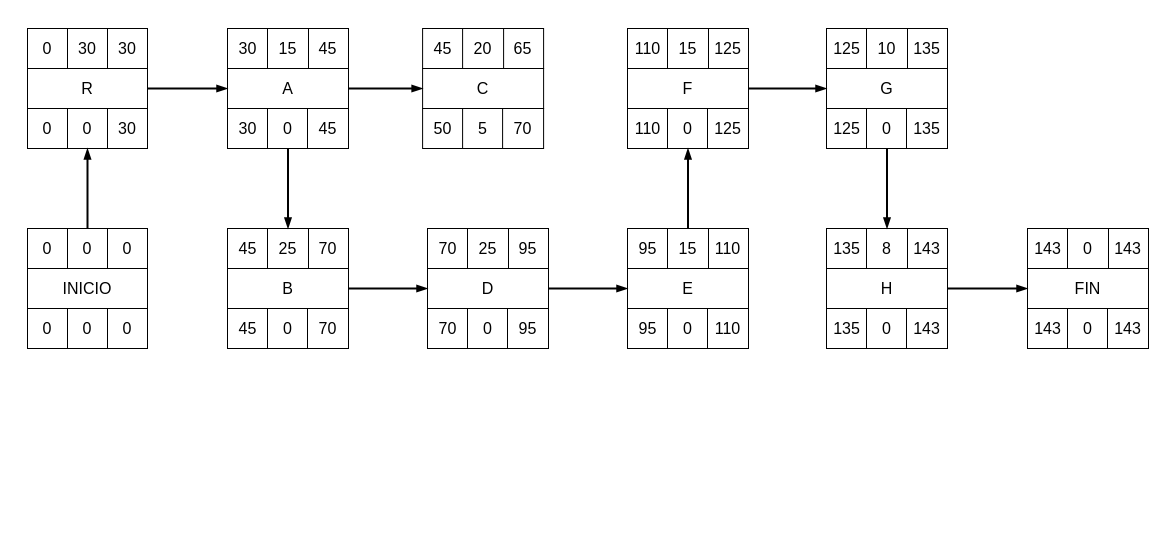
Before: diagramas/CMP/CMP.drawio in POLA-LCS/juego-consciente, a draw.io diagram. Source tidied: cells renumbered, new cells numbered last; positions are measured from the earlier drawing's top-left corner, leaving out a move shared by most shapes. Both pictures are drawn from the tidied source at 100%, with x=0, y=0 at pixel (27, 28).
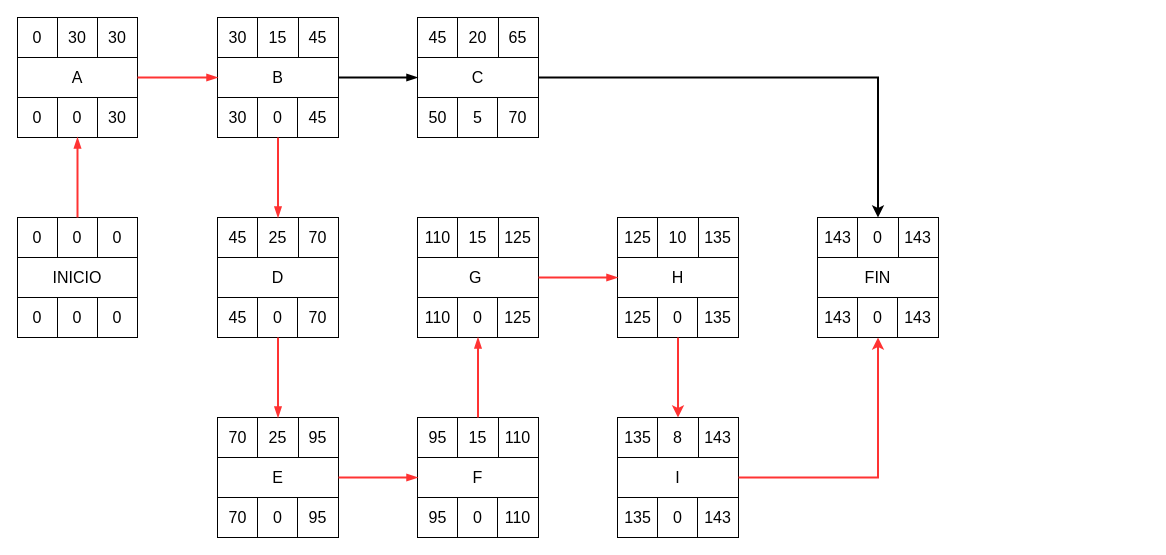
The same page after the edit.

Unchanged cells that the change refers to:
```xml
<mxCell id="7" value="0" style="whiteSpace=wrap;html=1;fontSize=16;rounded=0;" parent="2" vertex="1">
  <mxGeometry x="40" y="80" width="41" height="40" as="geometry" />
</mxCell>
<mxCell id="13" value="0" style="whiteSpace=wrap;html=1;fontSize=16;rounded=0;" parent="10" vertex="1">
  <mxGeometry x="40" width="40" height="40" as="geometry" />
</mxCell>
<mxCell id="22" value="25" style="whiteSpace=wrap;html=1;fontSize=16;rounded=0;" parent="18" vertex="1">
  <mxGeometry x="40" width="41" height="40" as="geometry" />
</mxCell>
<mxCell id="24" value="0" style="whiteSpace=wrap;html=1;fontSize=16;rounded=0;" parent="18" vertex="1">
  <mxGeometry x="40" y="80" width="41" height="40" as="geometry" />
</mxCell>
<mxCell id="34" value="C" style="rounded=0;whiteSpace=wrap;html=1;fontSize=16;" parent="27" vertex="1">
  <mxGeometry y="40" width="121" height="40" as="geometry" />
</mxCell>
<mxCell id="41" value="0" style="whiteSpace=wrap;html=1;fontSize=16;rounded=0;" parent="35" vertex="1">
  <mxGeometry x="40" y="80" width="41" height="40" as="geometry" />
</mxCell>
<mxCell id="50" value="0" style="whiteSpace=wrap;html=1;fontSize=16;rounded=0;" parent="44" vertex="1">
  <mxGeometry x="40" y="80" width="41" height="40" as="geometry" />
</mxCell>
<mxCell id="56" value="0" style="whiteSpace=wrap;html=1;fontSize=16;rounded=0;" parent="53" vertex="1">
  <mxGeometry x="40" width="41" height="40" as="geometry" />
</mxCell>
<mxCell id="59" value="0" style="whiteSpace=wrap;html=1;fontSize=16;rounded=0;" parent="53" vertex="1">
  <mxGeometry x="40" y="80" width="41" height="40" as="geometry" />
</mxCell>
<mxCell id="61" value="FIN" style="rounded=0;whiteSpace=wrap;html=1;fontSize=16;" parent="53" vertex="1">
  <mxGeometry y="40" width="121" height="40" as="geometry" />
</mxCell>
<mxCell id="67" value="0" style="whiteSpace=wrap;html=1;fontSize=16;rounded=0;" parent="62" vertex="1">
  <mxGeometry x="40" y="80" width="40" height="40" as="geometry" />
</mxCell>
<mxCell id="78" value="25" style="whiteSpace=wrap;html=1;fontSize=16;rounded=0;" parent="74" vertex="1">
  <mxGeometry x="40" width="41" height="40" as="geometry" />
</mxCell>
<mxCell id="88" value="15" style="whiteSpace=wrap;html=1;fontSize=16;rounded=0;" parent="84" vertex="1">
  <mxGeometry x="40" width="41" height="40" as="geometry" />
</mxCell>
<mxCell id="99" value="8" style="whiteSpace=wrap;html=1;fontSize=16;rounded=0;" parent="96" vertex="1">
  <mxGeometry x="40" width="41" height="40" as="geometry" />
</mxCell>
```

What changed in the source:
```diff
@@
     <mxCell id="2" style="group;" parent="1" vertex="1">
-      <mxGeometry x="200" width="121" height="120" as="geometry" />
+      <mxGeometry x="190" y="-11" width="121" height="120" as="geometry" />
     </mxCell>
@@
-    <mxCell id="9" value="A" style="rounded=0;whiteSpace=wrap;html=1;fontSize=16;" parent="2" vertex="1">
+    <mxCell id="9" value="B" style="rounded=0;whiteSpace=wrap;html=1;fontSize=16;" parent="2" vertex="1">
       <mxGeometry y="40" width="121" height="40" as="geometry" />
     </mxCell>
     <mxCell id="10" style="group;" parent="1" vertex="1">
-      <mxGeometry y="200" width="120" height="120" as="geometry" />
+      <mxGeometry x="-10" y="189" width="120" height="120" as="geometry" />
     </mxCell>
@@
     <mxCell id="18" style="group;" parent="1" vertex="1">
-      <mxGeometry x="200" y="200" width="121" height="120" as="geometry" />
+      <mxGeometry x="190" y="189" width="121" height="120" as="geometry" />
     </mxCell>
@@
-    <mxCell id="26" value="B" style="rounded=0;whiteSpace=wrap;html=1;fontSize=16;" parent="18" vertex="1">
+    <mxCell id="26" value="D" style="rounded=0;whiteSpace=wrap;html=1;fontSize=16;" parent="18" vertex="1">
       <mxGeometry y="40" width="121" height="40" as="geometry" />
     </mxCell>
     <mxCell id="27" style="group;" parent="1" vertex="1">
-      <mxGeometry x="395.1" width="121" height="120" as="geometry" />
+      <mxGeometry x="390" y="-11" width="121" height="120" as="geometry" />
     </mxCell>
@@
     <mxCell id="35" style="group;" parent="1" vertex="1">
-      <mxGeometry x="600" width="121" height="120" as="geometry" />
+      <mxGeometry x="390" y="189" width="121" height="120" as="geometry" />
     </mxCell>
@@
-    <mxCell id="43" value="F" style="rounded=0;whiteSpace=wrap;html=1;fontSize=16;" parent="35" vertex="1">
+    <mxCell id="43" value="G&amp;nbsp;" style="rounded=0;whiteSpace=wrap;html=1;fontSize=16;" parent="35" vertex="1">
       <mxGeometry y="40" width="121" height="40" as="geometry" />
     </mxCell>
     <mxCell id="44" style="group;" parent="1" vertex="1">
-      <mxGeometry x="799" width="121" height="120" as="geometry" />
+      <mxGeometry x="590" y="189" width="121" height="120" as="geometry" />
     </mxCell>
@@
-    <mxCell id="52" value="G" style="rounded=0;whiteSpace=wrap;html=1;fontSize=16;" parent="44" vertex="1">
+    <mxCell id="52" value="H" style="rounded=0;whiteSpace=wrap;html=1;fontSize=16;" parent="44" vertex="1">
       <mxGeometry y="40" width="121" height="40" as="geometry" />
     </mxCell>
     <mxCell id="53" style="group;" parent="1" vertex="1">
-      <mxGeometry x="1000" y="200" width="121" height="120" as="geometry" />
+      <mxGeometry x="790" y="189" width="121" height="120" as="geometry" />
     </mxCell>
@@
     <mxCell id="62" style="group;" parent="1" vertex="1">
-      <mxGeometry width="120" height="120" as="geometry" />
+      <mxGeometry x="-10" y="-11" width="120" height="120" as="geometry" />
     </mxCell>
@@
-    <mxCell id="69" value="R" style="rounded=0;whiteSpace=wrap;html=1;fontSize=16;" parent="62" vertex="1">
+    <mxCell id="69" value="A" style="rounded=0;whiteSpace=wrap;html=1;fontSize=16;" parent="62" vertex="1">
       <mxGeometry y="40" width="120" height="40" as="geometry" />
     </mxCell>
-    <mxCell id="70" style="edgeStyle=orthogonalEdgeStyle;rounded=0;jettySize=auto;html=1;entryX=0.5;entryY=1;entryDx=0;entryDy=0;strokeWidth=2;endArrow=blockThin;endFill=1;" parent="1" edge="1" source="13" target="67">
+    <mxCell id="70" style="edgeStyle=orthogonalEdgeStyle;rounded=0;jettySize=auto;html=1;entryX=0.5;entryY=1;entryDx=0;entryDy=0;strokeWidth=2;endArrow=blockThin;endFill=1;fillColor=#FF3333;strokeColor=#FF3333;" parent="1" edge="1" source="13" target="67">
       <mxGeometry relative="1" as="geometry" />
     </mxCell>
-    <mxCell id="71" style="edgeStyle=orthogonalEdgeStyle;rounded=0;jettySize=auto;html=1;strokeWidth=2;endArrow=blockThin;endFill=1;" parent="1" edge="1" source="69" target="9">
+    <mxCell id="71" style="edgeStyle=orthogonalEdgeStyle;rounded=0;jettySize=auto;html=1;strokeWidth=2;endArrow=blockThin;endFill=1;strokeColor=#FF3333;" parent="1" edge="1" source="69" target="9">
       <mxGeometry relative="1" as="geometry" />
     </mxCell>
-    <mxCell id="72" style="edgeStyle=orthogonalEdgeStyle;rounded=0;jettySize=auto;html=1;strokeWidth=2;endArrow=blockThin;endFill=1;" parent="1" edge="1" source="7" target="22">
+    <mxCell id="72" style="edgeStyle=orthogonalEdgeStyle;rounded=0;jettySize=auto;html=1;strokeWidth=2;endArrow=blockThin;endFill=1;strokeColor=#FF3333;" parent="1" edge="1" source="7" target="22">
       <mxGeometry relative="1" as="geometry" />
     </mxCell>
@@
     <mxCell id="74" style="group;" parent="1" vertex="1">
-      <mxGeometry x="400" y="200" width="121" height="120" as="geometry" />
+      <mxGeometry x="190" y="389" width="121" height="120" as="geometry" />
     </mxCell>
@@
-    <mxCell id="82" value="D" style="rounded=0;whiteSpace=wrap;html=1;fontSize=16;" parent="74" vertex="1">
+    <mxCell id="82" value="E" style="rounded=0;whiteSpace=wrap;html=1;fontSize=16;" parent="74" vertex="1">
       <mxGeometry y="40" width="121" height="40" as="geometry" />
     </mxCell>
-    <mxCell id="83" style="edgeStyle=orthogonalEdgeStyle;rounded=0;jettySize=auto;html=1;strokeWidth=2;endArrow=blockThin;endFill=1;" parent="1" edge="1" source="26" target="82">
+    <mxCell id="83" style="edgeStyle=orthogonalEdgeStyle;rounded=0;jettySize=auto;html=1;strokeWidth=2;endArrow=blockThin;endFill=1;exitX=0.5;exitY=1;exitDx=0;exitDy=0;entryX=0.5;entryY=0;entryDx=0;entryDy=0;strokeColor=#FF3333;" parent="1" edge="1" source="24" target="78">
       <mxGeometry relative="1" as="geometry" />
     </mxCell>
     <mxCell id="84" style="group;" parent="1" vertex="1">
-      <mxGeometry x="600" y="200" width="121" height="120" as="geometry" />
+      <mxGeometry x="390" y="389" width="121" height="120" as="geometry" />
     </mxCell>
@@
-    <mxCell id="92" value="E" style="rounded=0;whiteSpace=wrap;html=1;fontSize=16;" parent="84" vertex="1">
+    <mxCell id="92" value="F" style="rounded=0;whiteSpace=wrap;html=1;fontSize=16;" parent="84" vertex="1">
       <mxGeometry y="40" width="121" height="40" as="geometry" />
     </mxCell>
-    <mxCell id="93" style="edgeStyle=orthogonalEdgeStyle;rounded=0;jettySize=auto;html=1;strokeWidth=2;endArrow=blockThin;endFill=1;" parent="1" edge="1" source="82" target="92">
+    <mxCell id="93" style="edgeStyle=orthogonalEdgeStyle;rounded=0;jettySize=auto;html=1;strokeWidth=2;endArrow=blockThin;endFill=1;entryX=0;entryY=0.5;entryDx=0;entryDy=0;strokeColor=#FF3333;" parent="1" edge="1" source="82" target="92">
       <mxGeometry relative="1" as="geometry" />
     </mxCell>
-    <mxCell id="94" style="edgeStyle=orthogonalEdgeStyle;rounded=0;jettySize=auto;html=1;strokeWidth=2;endArrow=blockThin;endFill=1;" parent="1" edge="1" source="88" target="41">
+    <mxCell id="94" style="edgeStyle=orthogonalEdgeStyle;rounded=0;jettySize=auto;html=1;strokeWidth=2;endArrow=blockThin;endFill=1;strokeColor=#FF3333;" parent="1" edge="1" source="88" target="41">
       <mxGeometry relative="1" as="geometry" />
     </mxCell>
-    <mxCell id="95" style="edgeStyle=orthogonalEdgeStyle;rounded=0;jettySize=auto;html=1;strokeWidth=2;endArrow=blockThin;endFill=1;" parent="1" edge="1" source="43" target="52">
+    <mxCell id="95" style="edgeStyle=orthogonalEdgeStyle;rounded=0;jettySize=auto;html=1;strokeWidth=2;endArrow=blockThin;endFill=1;strokeColor=#FF3333;" parent="1" edge="1" source="43" target="52">
       <mxGeometry relative="1" as="geometry" />
     </mxCell>
     <mxCell id="96" style="group;" parent="1" vertex="1">
-      <mxGeometry x="799" y="200" width="121" height="120" as="geometry" />
+      <mxGeometry x="590" y="389" width="121" height="120" as="geometry" />
     </mxCell>
@@
-    <mxCell id="104" value="H" style="rounded=0;whiteSpace=wrap;html=1;fontSize=16;" parent="96" vertex="1">
+    <mxCell id="104" value="I" style="rounded=0;whiteSpace=wrap;html=1;fontSize=16;" parent="96" vertex="1">
       <mxGeometry y="40" width="121" height="40" as="geometry" />
     </mxCell>
-    <mxCell id="105" style="edgeStyle=orthogonalEdgeStyle;rounded=0;jettySize=auto;html=1;strokeWidth=2;endArrow=blockThin;endFill=1;" parent="1" edge="1" source="50" target="99">
+    <mxCell id="105" style="edgeStyle=orthogonalEdgeStyle;rounded=0;jettySize=auto;html=1;strokeWidth=2;strokeColor=#FF3333;" parent="1" edge="1" source="50" target="99">
       <mxGeometry relative="1" as="geometry" />
     </mxCell>
-    <mxCell id="106" style="edgeStyle=orthogonalEdgeStyle;rounded=0;jettySize=auto;html=1;strokeWidth=2;endArrow=blockThin;endFill=1;" parent="1" edge="1" source="104" target="61">
-      <mxGeometry relative="1" as="geometry" />
-    </mxCell>
+    <mxCell id="107" style="edgeStyle=orthogonalEdgeStyle;rounded=0;jettySize=auto;html=1;strokeWidth=2;" parent="1" edge="1" source="34" target="56">
+      <mxGeometry relative="1" as="geometry" />
+    </mxCell>
+    <mxCell id="108" style="edgeStyle=orthogonalEdgeStyle;rounded=0;jettySize=auto;html=1;strokeWidth=2;strokeColor=#FF3333;" parent="1" edge="1" source="104" target="59">
+      <mxGeometry relative="1" as="geometry" />
+    </mxCell>
```
